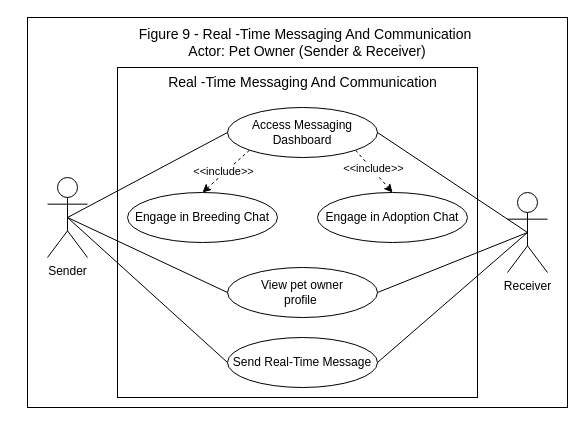
Chels013/Breedr-Diagrams keeps this draw.io diagram as page "Fig-9" (9 of 10) of USE-CASE_Diagram_Franco.drawio. Above is the earlier version. Source tidied: cells renumbered, new cells numbered last; positions are measured from the earlier drawing's top-left corner, leaving out a move shared by most shapes. Both pictures are drawn from the tidied source at 100%, with x=0, y=0 at pixel (27, 17).
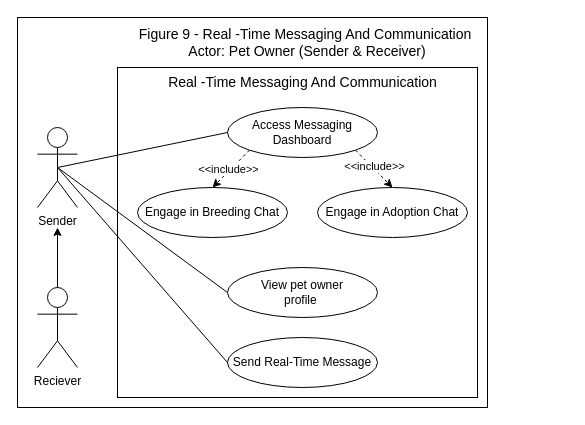
After the change.

Unchanged cells that the change refers to:
```xml
<mxCell id="6" value="Access Messaging Dashboard" style="ellipse;whiteSpace=wrap;html=1;" parent="1" vertex="1">
  <mxGeometry x="200" y="90" width="150" height="50" as="geometry" />
</mxCell>
<mxCell id="9" value="Send Real-Time Message" style="ellipse;whiteSpace=wrap;html=1;" parent="1" vertex="1">
  <mxGeometry x="200" y="320" width="150" height="50" as="geometry" />
</mxCell>
<mxCell id="17" value="View pet owner&lt;br&gt;profile&amp;nbsp;" style="ellipse;whiteSpace=wrap;html=1;" parent="1" vertex="1">
  <mxGeometry x="200" y="250" width="150" height="50" as="geometry" />
</mxCell>
```

What changed in the source:
```diff
@@
     <mxCell id="2" style="rounded=0;whiteSpace=wrap;html=1;" parent="1" vertex="1">
-      <mxGeometry width="540" height="390" as="geometry" />
+      <mxGeometry x="-10" width="470" height="390" as="geometry" />
     </mxCell>
@@
     <mxCell id="7" value="Engage in Breeding Chat" style="ellipse;whiteSpace=wrap;html=1;" parent="1" vertex="1">
-      <mxGeometry x="100" y="175" width="150" height="50" as="geometry" />
+      <mxGeometry x="110" y="170" width="150" height="50" as="geometry" />
     </mxCell>
     <mxCell id="8" value="Engage in Adoption Chat" style="ellipse;whiteSpace=wrap;html=1;" parent="1" vertex="1">
-      <mxGeometry x="290" y="175" width="150" height="50" as="geometry" />
+      <mxGeometry x="290" y="170" width="150" height="50" as="geometry" />
     </mxCell>
@@
     <mxCell id="10" value="Sender" style="shape=umlActor;verticalLabelPosition=bottom;verticalAlign=top;html=1;outlineConnect=0;" parent="1" vertex="1">
-      <mxGeometry x="20" y="160" width="40" height="80" as="geometry" />
+      <mxGeometry x="10" y="110" width="40" height="80" as="geometry" />
     </mxCell>
@@
-    <mxCell id="12" style="endArrow=none;html=1;exitX=1;exitY=0.5;exitDx=0;exitDy=0;entryX=0.5;entryY=0.5;entryDx=0;entryDy=0;entryPerimeter=0;" parent="1" edge="1" source="6" target="15">
-      <mxGeometry relative="1" as="geometry" />
-    </mxCell>
@@
-    <mxCell id="15" value="Receiver" style="shape=umlActor;verticalLabelPosition=bottom;verticalAlign=top;html=1;outlineConnect=0;" parent="1" vertex="1">
-      <mxGeometry x="480" y="175" width="40" height="80" as="geometry" />
-    </mxCell>
-    <mxCell id="16" style="endArrow=none;html=1;exitX=1;exitY=0.5;exitDx=0;exitDy=0;entryX=0.5;entryY=0.5;entryDx=0;entryDy=0;entryPerimeter=0;" parent="1" edge="1" source="9" target="15">
-      <mxGeometry relative="1" as="geometry" />
-    </mxCell>
@@
-    <mxCell id="18" style="endArrow=none;html=1;exitX=1;exitY=0.5;exitDx=0;exitDy=0;entryX=0.5;entryY=0.5;entryDx=0;entryDy=0;entryPerimeter=0;" parent="1" edge="1" source="17" target="15">
-      <mxGeometry relative="1" as="geometry" />
-    </mxCell>
@@
+    <mxCell id="23" value="Reciever" style="shape=umlActor;verticalLabelPosition=bottom;verticalAlign=top;html=1;outlineConnect=0;" parent="1" vertex="1">
+      <mxGeometry x="10" y="270" width="40" height="80" as="geometry" />
+    </mxCell>
+    <mxCell id="24" style="endArrow=classic;html=1;exitX=0.5;exitY=0;exitDx=0;exitDy=0;exitPerimeter=0;" parent="1" edge="1" source="23">
+      <mxGeometry relative="1" as="geometry">
+        <mxPoint x="30" y="210" as="targetPoint" />
+      </mxGeometry>
+    </mxCell>
```
